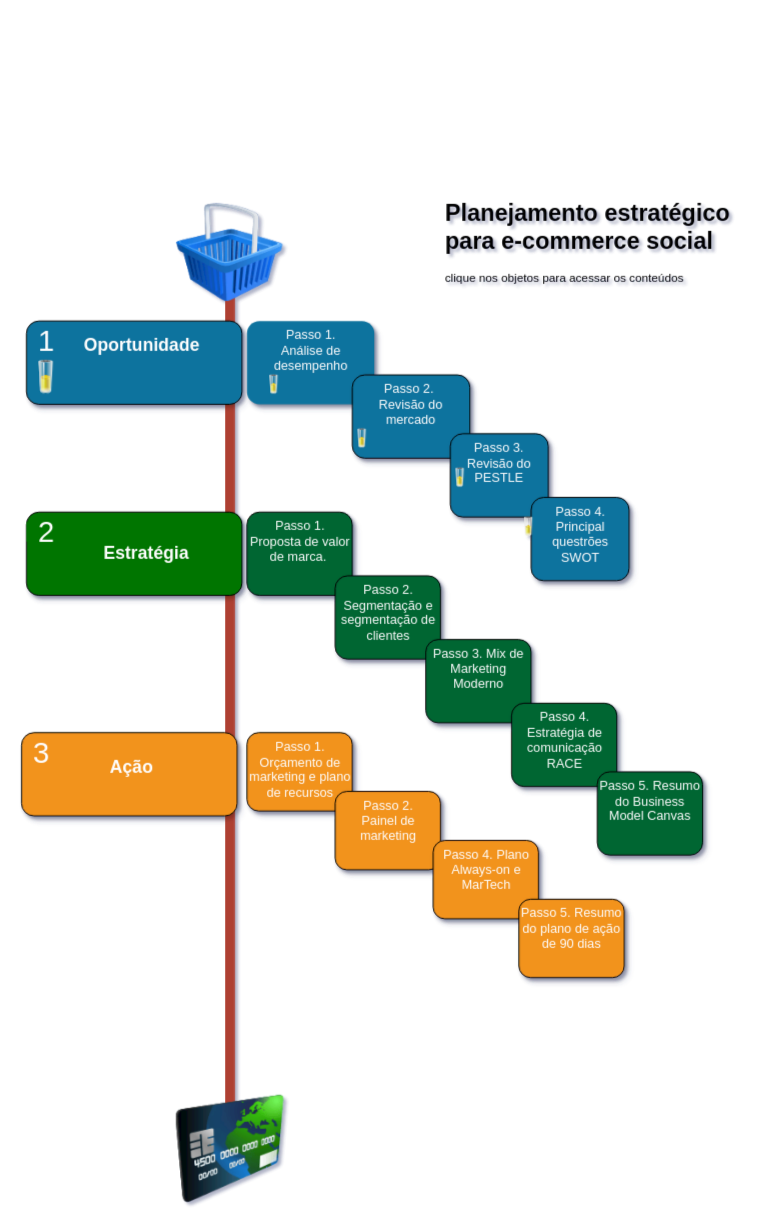
This is diagramas/esquemaEC.drawio from BrunoMRTZ/labcx, a draw.io file, before an edit. Source tidied: cells renumbered, new cells numbered last; positions are measured from the earlier drawing's top-left corner, leaving out a move shared by most shapes. Both pictures are drawn from the tidied source at 98%, with x=0, y=0 at pixel (21, 193).
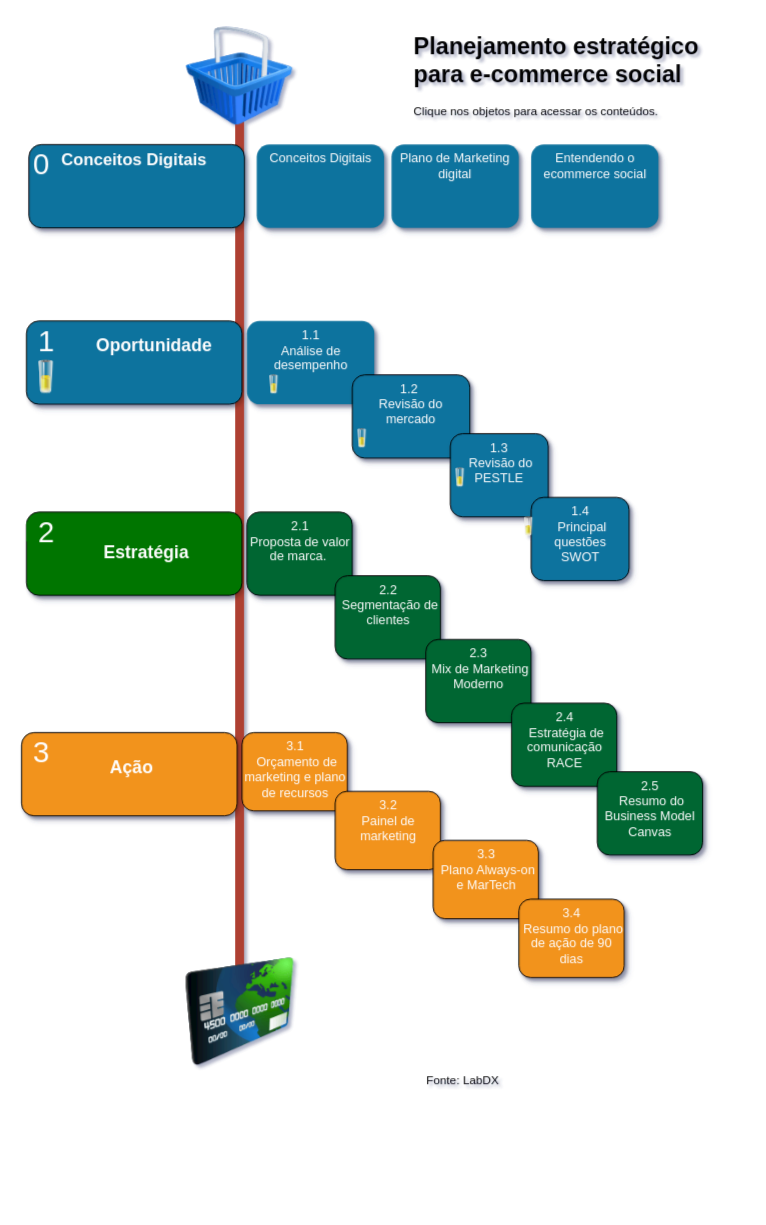
The same page after the edit.

What changed in the source:
```diff
@@
     <mxCell id="2" style="line;strokeWidth=10;direction=south;html=1;fillColor=none;fontSize=13;fontColor=#000000;align=center;strokeColor=#AE4132;" parent="1" vertex="1">
-      <mxGeometry x="208" y="100" width="10" height="840" as="geometry" />
+      <mxGeometry x="218" y="-90" width="10" height="880" as="geometry" />
     </mxCell>
@@
     <mxCell id="9" value="&lt;h1&gt;Oportunidade&lt;/h1&gt;" style="text;html=1;spacing=5;spacingTop=-20;whiteSpace=wrap;overflow=hidden;strokeColor=none;strokeWidth=4;fillColor=none;gradientColor=#007FFF;fontSize=9;fontColor=#FFFFFF;align=center;" parent="1" vertex="1">
-      <mxGeometry x="25.5" y="142.5" width="195" height="60" as="geometry" />
+      <mxGeometry x="50.5" y="142.5" width="170" height="67.5" as="geometry" />
     </mxCell>
@@
     <mxCell id="12" style="image;html=1;image=img/lib/clip_art/finance/Credit_Card_128x128.png;" parent="1" vertex="1">
-      <mxGeometry x="155.5" y="920" width="115" height="110" as="geometry" />
+      <mxGeometry x="165.5" y="780" width="115" height="110" as="geometry" />
     </mxCell>
     <mxCell id="13" style="image;html=1;image=img/lib/clip_art/finance/Shopping_Cart_128x128.png;" parent="1" vertex="1">
-      <mxGeometry x="150.5" y="10" width="125" height="100" as="geometry" />
+      <mxGeometry x="160.5" y="-170" width="125" height="100" as="geometry" />
     </mxCell>
-    <mxCell id="14" value="&lt;h1&gt;Planejamento estratégico para e-commerce social&lt;/h1&gt;&lt;p&gt;clique nos objetos para acessar os conteúdos&lt;/p&gt;" style="text;html=1;strokeColor=none;fillColor=none;spacing=5;spacingTop=-20;whiteSpace=wrap;overflow=hidden;rounded=0;" parent="1" vertex="1">
-      <mxGeometry x="428" width="310" height="120" as="geometry" />
+    <mxCell id="14" value="&lt;h1&gt;Planejamento estratégico para e-commerce social&lt;/h1&gt;&lt;p&gt;Clique nos objetos para acessar os conteúdos.&lt;/p&gt;" style="text;html=1;strokeColor=none;fillColor=none;spacing=5;spacingTop=-20;whiteSpace=wrap;overflow=hidden;rounded=0;" parent="1" vertex="1">
+      <mxGeometry x="395.5" y="-170" width="310" height="110" as="geometry" />
     </mxCell>
@@
-    <mxCell id="16" value="Passo 1.&lt;br&gt;Análise de desempenho" style="rounded=1;whiteSpace=wrap;html=1;strokeColor=none;strokeWidth=1;fillColor=#10739E;fontSize=13;fontColor=#FFFFFF;align=center;gradientColor=none;gradientDirection=east;verticalAlign=top;shadow=1;" parent="1" vertex="1">
+    <mxCell id="16" value="1.1&lt;br&gt;Análise de desempenho" style="rounded=1;whiteSpace=wrap;html=1;strokeColor=none;strokeWidth=1;fillColor=#10739E;fontSize=13;fontColor=#FFFFFF;align=center;gradientColor=none;gradientDirection=east;verticalAlign=top;shadow=1;" parent="1" vertex="1">
       <mxGeometry x="230.5" y="130" width="130" height="85" as="geometry" />
     </mxCell>
-    <mxCell id="17" value="&lt;div&gt;Passo 2.&amp;nbsp;&lt;/div&gt;&lt;div&gt;Revisão do mercado&lt;/div&gt;&lt;div&gt;&lt;br&gt;&lt;/div&gt;" style="rounded=1;whiteSpace=wrap;html=1;strokeColor=default;strokeWidth=1;fillColor=#10739E;fontSize=13;fontColor=#FFFFFF;align=center;gradientColor=none;gradientDirection=east;verticalAlign=top;shadow=1;" parent="1" vertex="1">
+    <mxCell id="17" value="&lt;div&gt;1.2&amp;nbsp;&lt;/div&gt;&lt;div&gt;Revisão do mercado&lt;/div&gt;&lt;div&gt;&lt;br&gt;&lt;/div&gt;" style="rounded=1;whiteSpace=wrap;html=1;strokeColor=default;strokeWidth=1;fillColor=#10739E;fontSize=13;fontColor=#FFFFFF;align=center;gradientColor=none;gradientDirection=east;verticalAlign=top;shadow=1;" parent="1" vertex="1">
       <mxGeometry x="338" y="185" width="120" height="85" as="geometry" />
     </mxCell>
-    <mxCell id="18" value="Passo 3. Revisão do PESTLE" style="rounded=1;whiteSpace=wrap;html=1;strokeColor=default;strokeWidth=1;fillColor=#10739E;fontSize=13;fontColor=#FFFFFF;align=center;gradientColor=none;gradientDirection=east;verticalAlign=top;shadow=1;" parent="1" vertex="1">
+    <mxCell id="18" value="1.3&lt;br&gt;&amp;nbsp;Revisão do PESTLE" style="rounded=1;whiteSpace=wrap;html=1;strokeColor=default;strokeWidth=1;fillColor=#10739E;fontSize=13;fontColor=#FFFFFF;align=center;gradientColor=none;gradientDirection=east;verticalAlign=top;shadow=1;" parent="1" vertex="1">
       <mxGeometry x="438" y="245" width="100" height="85" as="geometry" />
     </mxCell>
@@
-    <mxCell id="20" value="Passo 1. &lt;br&gt;Proposta de valor de marca.&amp;nbsp;" style="rounded=1;whiteSpace=wrap;html=1;strokeColor=default;strokeWidth=1;fillColor=#006633;fontSize=13;fontColor=#FFFFFF;align=center;gradientColor=none;gradientDirection=east;verticalAlign=top;shadow=1;" parent="1" vertex="1">
+    <mxCell id="20" value="2.1&lt;br&gt;Proposta de valor de marca.&amp;nbsp;" style="rounded=1;whiteSpace=wrap;html=1;strokeColor=default;strokeWidth=1;fillColor=#006633;fontSize=13;fontColor=#FFFFFF;align=center;gradientColor=none;gradientDirection=east;verticalAlign=top;shadow=1;" parent="1" vertex="1">
       <mxGeometry x="230.5" y="325" width="107.5" height="85" as="geometry" />
     </mxCell>
-    <mxCell id="21" value="Passo 4. Principal questrões SWOT" style="rounded=1;whiteSpace=wrap;html=1;strokeColor=default;strokeWidth=1;fillColor=#10739E;fontSize=13;fontColor=#FFFFFF;align=center;gradientColor=none;gradientDirection=east;verticalAlign=top;shadow=1;" parent="1" vertex="1">
+    <mxCell id="21" value="1.4&lt;br&gt;&amp;nbsp;Principal questões &lt;br&gt;SWOT" style="rounded=1;whiteSpace=wrap;html=1;strokeColor=default;strokeWidth=1;fillColor=#10739E;fontSize=13;fontColor=#FFFFFF;align=center;gradientColor=none;gradientDirection=east;verticalAlign=top;shadow=1;" parent="1" vertex="1">
       <mxGeometry x="520.5" y="310" width="100" height="85" as="geometry" />
     </mxCell>
@@
-    <mxCell id="25" value="Passo 2. Segmentação e segmentação de clientes" style="rounded=1;whiteSpace=wrap;html=1;strokeColor=default;strokeWidth=1;fillColor=#006633;fontSize=13;fontColor=#FFFFFF;align=center;gradientColor=none;gradientDirection=east;verticalAlign=top;shadow=1;glass=0;" parent="1" vertex="1">
+    <mxCell id="25" value="2.2&lt;br&gt;&amp;nbsp;Segmentação de clientes" style="rounded=1;whiteSpace=wrap;html=1;strokeColor=default;strokeWidth=1;fillColor=#006633;fontSize=13;fontColor=#FFFFFF;align=center;gradientColor=none;gradientDirection=east;verticalAlign=top;shadow=1;glass=0;" parent="1" vertex="1">
       <mxGeometry x="320.5" y="390" width="107.5" height="85" as="geometry" />
     </mxCell>
-    <mxCell id="26" value="Passo 3. Mix de Marketing Moderno" style="rounded=1;whiteSpace=wrap;html=1;strokeColor=default;strokeWidth=1;fillColor=#006633;fontSize=13;fontColor=#FFFFFF;align=center;gradientColor=none;gradientDirection=east;verticalAlign=top;shadow=1;" parent="1" vertex="1">
+    <mxCell id="26" value="2.3&lt;br&gt;&amp;nbsp;Mix de Marketing Moderno" style="rounded=1;whiteSpace=wrap;html=1;strokeColor=default;strokeWidth=1;fillColor=#006633;fontSize=13;fontColor=#FFFFFF;align=center;gradientColor=none;gradientDirection=east;verticalAlign=top;shadow=1;" parent="1" vertex="1">
       <mxGeometry x="413" y="455" width="107.5" height="85" as="geometry" />
     </mxCell>
-    <mxCell id="27" value="Passo 4. Estratégia de comunicação RACE" style="rounded=1;whiteSpace=wrap;html=1;strokeColor=default;strokeWidth=1;fillColor=#006633;fontSize=13;fontColor=#FFFFFF;align=center;gradientColor=none;gradientDirection=east;verticalAlign=top;shadow=1;" parent="1" vertex="1">
+    <mxCell id="27" value="2.4&lt;br&gt;&amp;nbsp;Estratégia de comunicação RACE" style="rounded=1;whiteSpace=wrap;html=1;strokeColor=default;strokeWidth=1;fillColor=#006633;fontSize=13;fontColor=#FFFFFF;align=center;gradientColor=none;gradientDirection=east;verticalAlign=top;shadow=1;" parent="1" vertex="1">
       <mxGeometry x="500.5" y="520" width="107.5" height="85" as="geometry" />
     </mxCell>
-    <mxCell id="28" value="Passo 5. Resumo do Business Model Canvas" style="rounded=1;whiteSpace=wrap;html=1;strokeColor=default;strokeWidth=1;fillColor=#006633;fontSize=13;fontColor=#FFFFFF;align=center;gradientColor=none;gradientDirection=east;verticalAlign=top;shadow=1;" parent="1" vertex="1">
+    <mxCell id="28" value="2.5&lt;br&gt;&amp;nbsp;Resumo do Business Model Canvas" style="rounded=1;whiteSpace=wrap;html=1;strokeColor=default;strokeWidth=1;fillColor=#006633;fontSize=13;fontColor=#FFFFFF;align=center;gradientColor=none;gradientDirection=east;verticalAlign=top;shadow=1;" parent="1" vertex="1">
       <mxGeometry x="588" y="590" width="107.5" height="85" as="geometry" />
     </mxCell>
-    <mxCell id="29" value="Passo 1. Orçamento de marketing e plano de recursos" style="rounded=1;whiteSpace=wrap;html=1;strokeColor=default;strokeWidth=1;fillColor=#F2931E;fontSize=13;fontColor=#FFFFFF;align=center;gradientColor=none;gradientDirection=east;verticalAlign=top;shadow=1;" parent="1" vertex="1">
-      <mxGeometry x="230.5" y="550" width="107.5" height="80" as="geometry" />
+    <mxCell id="29" value="3.1&lt;br&gt;&amp;nbsp;Orçamento de marketing e plano de recursos" style="rounded=1;whiteSpace=wrap;html=1;strokeColor=default;strokeWidth=1;fillColor=#F2931E;fontSize=13;fontColor=#FFFFFF;align=center;gradientColor=none;gradientDirection=east;verticalAlign=top;shadow=1;" parent="1" vertex="1">
+      <mxGeometry x="225.5" y="550" width="107.5" height="80" as="geometry" />
     </mxCell>
-    <mxCell id="30" value="Passo 2. &lt;br&gt;Painel de marketing" style="rounded=1;whiteSpace=wrap;html=1;strokeColor=default;strokeWidth=1;fillColor=#F2931E;fontSize=13;fontColor=#FFFFFF;align=center;gradientColor=none;gradientDirection=east;verticalAlign=top;shadow=1;" parent="1" vertex="1">
+    <mxCell id="30" value="3.2&lt;br&gt;Painel de marketing" style="rounded=1;whiteSpace=wrap;html=1;strokeColor=default;strokeWidth=1;fillColor=#F2931E;fontSize=13;fontColor=#FFFFFF;align=center;gradientColor=none;gradientDirection=east;verticalAlign=top;shadow=1;" parent="1" vertex="1">
       <mxGeometry x="320.5" y="610" width="107.5" height="80" as="geometry" />
     </mxCell>
-    <mxCell id="31" value="Passo 4. Plano Always-on e MarTech" style="rounded=1;whiteSpace=wrap;html=1;strokeColor=default;strokeWidth=1;fillColor=#F2931E;fontSize=13;fontColor=#FFFFFF;align=center;gradientColor=none;gradientDirection=east;verticalAlign=top;shadow=1;" parent="1" vertex="1">
+    <mxCell id="31" value="3.3&lt;br&gt;&amp;nbsp;Plano Always-on e MarTech" style="rounded=1;whiteSpace=wrap;html=1;strokeColor=default;strokeWidth=1;fillColor=#F2931E;fontSize=13;fontColor=#FFFFFF;align=center;gradientColor=none;gradientDirection=east;verticalAlign=top;shadow=1;" parent="1" vertex="1">
       <mxGeometry x="420.5" y="660" width="107.5" height="80" as="geometry" />
     </mxCell>
-    <mxCell id="32" value="Passo 5. Resumo do plano de ação de 90 dias" style="rounded=1;whiteSpace=wrap;html=1;strokeColor=default;strokeWidth=1;fillColor=#F2931E;fontSize=13;fontColor=#FFFFFF;align=center;gradientColor=none;gradientDirection=east;verticalAlign=top;shadow=1;" parent="1" vertex="1">
+    <mxCell id="32" value="3.4&lt;br&gt;&amp;nbsp;Resumo do plano de ação de 90 dias" style="rounded=1;whiteSpace=wrap;html=1;strokeColor=default;strokeWidth=1;fillColor=#F2931E;fontSize=13;fontColor=#FFFFFF;align=center;gradientColor=none;gradientDirection=east;verticalAlign=top;shadow=1;" parent="1" vertex="1">
       <mxGeometry x="508" y="720" width="107.5" height="80" as="geometry" />
     </mxCell>
+    <mxCell id="33" value="Conceitos Digitais&amp;nbsp;" style="rounded=1;whiteSpace=wrap;html=1;strokeColor=default;strokeWidth=1;fillColor=#10739E;fontSize=17;fontColor=#FFFFFF;align=center;gradientColor=none;gradientDirection=east;verticalAlign=top;shadow=1;fontStyle=1;" parent="1" vertex="1">
+      <mxGeometry x="8" y="-50" width="220" height="85" as="geometry" />
+    </mxCell>
+    <mxCell id="34" value="0" style="text;html=1;strokeColor=none;fillColor=none;align=center;verticalAlign=middle;whiteSpace=wrap;fontSize=30;fontColor=#FFFFFF;" parent="1" vertex="1">
+      <mxGeometry x="0.5" y="-40" width="40" height="20" as="geometry" />
+    </mxCell>
+    <mxCell id="35" value="Conceitos Digitais" style="rounded=1;whiteSpace=wrap;html=1;strokeColor=none;strokeWidth=1;fillColor=#10739E;fontSize=13;fontColor=#FFFFFF;align=center;gradientColor=none;gradientDirection=east;verticalAlign=top;shadow=1;" parent="1" vertex="1">
+      <mxGeometry x="240.5" y="-50" width="130" height="85" as="geometry" />
+    </mxCell>
+    <mxCell id="36" value="Plano de Marketing digital" style="rounded=1;whiteSpace=wrap;html=1;strokeColor=none;strokeWidth=1;fillColor=#10739E;fontSize=13;fontColor=#FFFFFF;align=center;gradientColor=none;gradientDirection=east;verticalAlign=top;shadow=1;" parent="1" vertex="1">
+      <mxGeometry x="378" y="-50" width="130" height="85" as="geometry" />
+    </mxCell>
+    <mxCell id="37" value="Entendendo o ecommerce social" style="rounded=1;whiteSpace=wrap;html=1;strokeColor=none;strokeWidth=1;fillColor=#10739E;fontSize=13;fontColor=#FFFFFF;align=center;gradientColor=none;gradientDirection=east;verticalAlign=top;shadow=1;" parent="1" vertex="1">
+      <mxGeometry x="520.5" y="-50" width="130" height="85" as="geometry" />
+    </mxCell>
+    <mxCell id="38" value="Fonte: LabDX" style="text;html=1;strokeColor=none;fillColor=none;align=center;verticalAlign=middle;whiteSpace=wrap;rounded=0;" parent="1" vertex="1">
+      <mxGeometry x="400.5" y="890" width="100" height="30" as="geometry" />
+    </mxCell>
```
